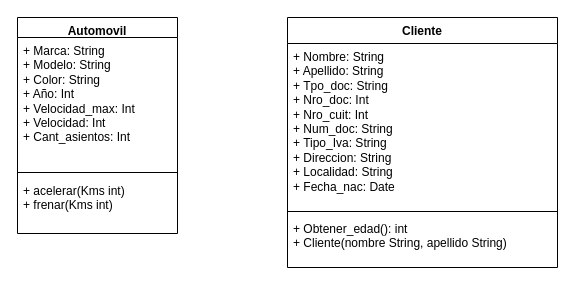
This is POO2/POO2C2/Automotriz/Automotriz/Automotriz.drawio from TanqDev88/CodeLabCollection, a draw.io file, before an edit. Source tidied: cells renumbered, new cells numbered last; positions are measured from the earlier drawing's top-left corner, leaving out a move shared by most shapes. Both pictures are drawn from the tidied source at 100%, with x=0, y=0 at pixel (17, 17).
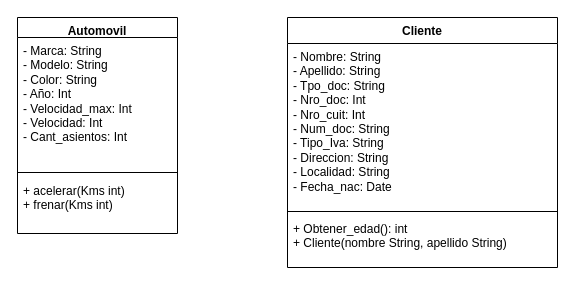
Above is the later version.

Commit message (it also covers changes not shown here):
Modifications to the UML file.

What changed in the source:
```diff
@@
 <mxGraphModel>
   <root>
     <mxCell id="0" />
     <mxCell id="1" parent="0" />
     <mxCell id="2" value="Automovil" style="swimlane;fontStyle=1;align=center;verticalAlign=top;horizontal=1;startSize=20;whiteSpace=wrap;html=1;" parent="1" vertex="1">
       <mxGeometry width="160" height="216" as="geometry" />
     </mxCell>
-    <mxCell id="3" value="+ Marca: String&lt;div&gt;+ Modelo: String&lt;br&gt;&lt;/div&gt;&lt;div&gt;+ Color: String&lt;br&gt;&lt;/div&gt;&lt;div&gt;+ Año: Int&lt;br&gt;&lt;/div&gt;&lt;div&gt;+ Velocidad_max: Int&lt;br&gt;&lt;/div&gt;&lt;div&gt;+ Velocidad: Int&lt;br&gt;&lt;/div&gt;&lt;div&gt;+ Cant_asientos: Int&lt;br&gt;&lt;/div&gt;&lt;div&gt;&lt;br&gt;&lt;/div&gt;" style="text;strokeColor=none;fillColor=none;align=left;verticalAlign=top;spacingLeft=4;spacingRight=4;overflow=hidden;whiteSpace=wrap;html=1;" parent="2" vertex="1">
+    <mxCell id="3" value="- Marca: String&lt;div&gt;- Modelo: String&lt;br&gt;&lt;/div&gt;&lt;div&gt;- Color: String&lt;br&gt;&lt;/div&gt;&lt;div&gt;- Año: Int&lt;br&gt;&lt;/div&gt;&lt;div&gt;- Velocidad_max: Int&lt;br&gt;&lt;/div&gt;&lt;div&gt;- Velocidad: Int&lt;br&gt;&lt;/div&gt;&lt;div&gt;- Cant_asientos: Int&lt;br&gt;&lt;/div&gt;&lt;div&gt;&lt;br&gt;&lt;/div&gt;" style="text;strokeColor=none;fillColor=none;align=left;verticalAlign=top;spacingLeft=4;spacingRight=4;overflow=hidden;whiteSpace=wrap;html=1;" parent="2" vertex="1">
       <mxGeometry y="20" width="160" height="130" as="geometry" />
     </mxCell>
     <mxCell id="4" style="line;strokeWidth=1;fillColor=none;align=left;verticalAlign=middle;spacingTop=-1;spacingLeft=3;spacingRight=3;labelPosition=right;strokeColor=inherit;" parent="2" vertex="1">
       <mxGeometry y="150" width="160" height="10" as="geometry" />
     </mxCell>
     <mxCell id="5" value="+ acelerar(Kms int)&lt;div&gt;+ frenar(Kms int)&lt;br&gt;&lt;/div&gt;" style="text;strokeColor=none;fillColor=none;align=left;verticalAlign=top;spacingLeft=4;spacingRight=4;overflow=hidden;whiteSpace=wrap;html=1;" parent="2" vertex="1">
       <mxGeometry y="160" width="160" height="56" as="geometry" />
     </mxCell>
     <mxCell id="6" value="Cliente" style="swimlane;fontStyle=1;align=center;verticalAlign=top;horizontal=1;startSize=26;whiteSpace=wrap;html=1;" parent="1" vertex="1">
       <mxGeometry x="270" width="270" height="250" as="geometry" />
     </mxCell>
-    <mxCell id="7" value="+ Nombre: String&lt;div&gt;+ Apellido: String&lt;/div&gt;&lt;div&gt;+ Tpo_doc: String&lt;/div&gt;&lt;div&gt;+ Nro_doc: Int&lt;br&gt;&lt;/div&gt;&lt;div&gt;+ Nro_cuit: Int&lt;br&gt;&lt;/div&gt;&lt;div&gt;+ Num_doc: String&lt;/div&gt;&lt;div&gt;+ Tipo_Iva: String&lt;/div&gt;&lt;div&gt;+ Direccion: String&lt;/div&gt;&lt;div&gt;+ Localidad: String&lt;br&gt;&lt;/div&gt;&lt;div&gt;+ Fecha_nac: Date&lt;br&gt;&lt;/div&gt;" style="text;strokeColor=none;fillColor=none;align=left;verticalAlign=top;spacingLeft=4;spacingRight=4;overflow=hidden;whiteSpace=wrap;html=1;" parent="6" vertex="1">
+    <mxCell id="7" value="- Nombre: String&lt;div&gt;- Apellido: String&lt;/div&gt;&lt;div&gt;- Tpo_doc: String&lt;/div&gt;&lt;div&gt;- Nro_doc: Int&lt;br&gt;&lt;/div&gt;&lt;div&gt;- Nro_cuit: Int&lt;br&gt;&lt;/div&gt;&lt;div&gt;- Num_doc: String&lt;/div&gt;&lt;div&gt;- Tipo_Iva: String&lt;/div&gt;&lt;div&gt;- Direccion: String&lt;/div&gt;&lt;div&gt;- Localidad: String&lt;br&gt;&lt;/div&gt;&lt;div&gt;- Fecha_nac: Date&lt;br&gt;&lt;/div&gt;" style="text;strokeColor=none;fillColor=none;align=left;verticalAlign=top;spacingLeft=4;spacingRight=4;overflow=hidden;whiteSpace=wrap;html=1;" parent="6" vertex="1">
       <mxGeometry y="26" width="270" height="164" as="geometry" />
     </mxCell>
     <mxCell id="8" style="line;strokeWidth=1;fillColor=none;align=left;verticalAlign=middle;spacingTop=-1;spacingLeft=3;spacingRight=3;labelPosition=right;strokeColor=inherit;" parent="6" vertex="1">
       <mxGeometry y="190" width="270" height="8" as="geometry" />
     </mxCell>
     <mxCell id="9" value="+ Obtener_edad(): int&lt;div&gt;+ Cliente(nombre String, apellido String)&lt;/div&gt;" style="text;strokeColor=none;fillColor=none;align=left;verticalAlign=top;spacingLeft=4;spacingRight=4;overflow=hidden;whiteSpace=wrap;html=1;" parent="6" vertex="1">
       <mxGeometry y="198" width="270" height="52" as="geometry" />
     </mxCell>
   </root>
 </mxGraphModel>
```
